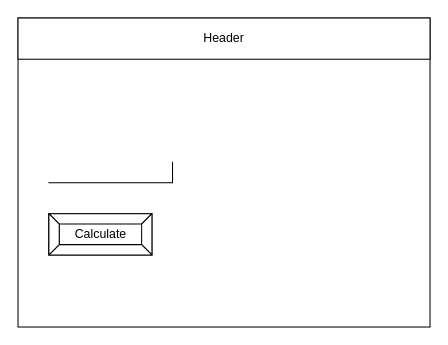
Justin-Lavoie16/Assignment-6-JS keeps this draw.io diagram as design/story-board.drawio. Above is the earlier version. Source tidied: cells renumbered, new cells numbered last; positions are measured from the earlier drawing's top-left corner, leaving out a move shared by most shapes. Both pictures are drawn from the tidied source at 103%, with x=0, y=0 at pixel (18, 18).
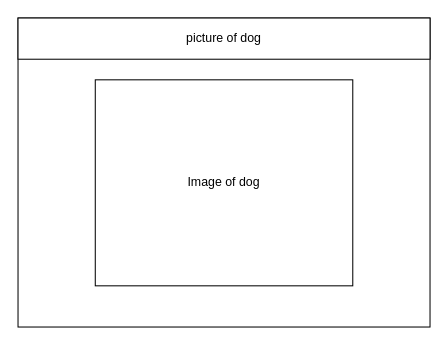
The same diagram, later.

The edit, as a diff of the source:
```diff
@@
 <mxGraphModel>
   <root>
     <mxCell id="0" />
     <mxCell id="1" parent="0" />
     <mxCell id="2" style="rounded=0;whiteSpace=wrap;html=1;" parent="1" vertex="1">
       <mxGeometry width="400" height="300" as="geometry" />
     </mxCell>
-    <mxCell id="3" value="Header" style="rounded=0;whiteSpace=wrap;html=1;" parent="1" vertex="1">
+    <mxCell id="3" value="picture of dog" style="rounded=0;whiteSpace=wrap;html=1;" parent="1" vertex="1">
       <mxGeometry width="400" height="40" as="geometry" />
     </mxCell>
-    <mxCell id="4" style="shape=partialRectangle;whiteSpace=wrap;html=1;top=0;left=0;fillColor=none;" parent="1" vertex="1">
-      <mxGeometry x="30" y="140" width="120" height="20" as="geometry" />
-    </mxCell>
-    <mxCell id="5" value="Calculate" style="labelPosition=center;verticalLabelPosition=middle;align=center;html=1;shape=mxgraph.basic.button;dx=10;" parent="1" vertex="1">
-      <mxGeometry x="30" y="190" width="100" height="40" as="geometry" />
-    </mxCell>
+    <mxCell id="6" value="Image of dog" style="whiteSpace=wrap;html=1;" parent="1" vertex="1">
+      <mxGeometry x="75" y="60" width="250" height="200" as="geometry" />
+    </mxCell>
   </root>
 </mxGraphModel>
```
